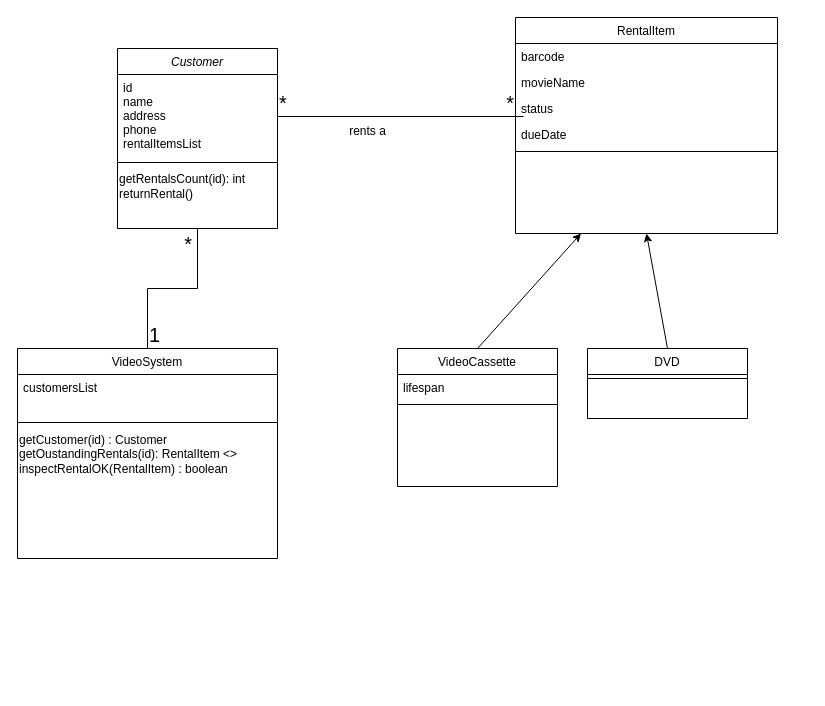
Before: Question 3 DS8 Diagram.drawio in keyboard-face/DS8-Software-Engineering, a draw.io diagram. Source tidied: cells renumbered, new cells numbered last; positions are measured from the earlier drawing's top-left corner, leaving out a move shared by most shapes. Both pictures are drawn from the tidied source at 100%, with x=0, y=0 at pixel (17, 17).
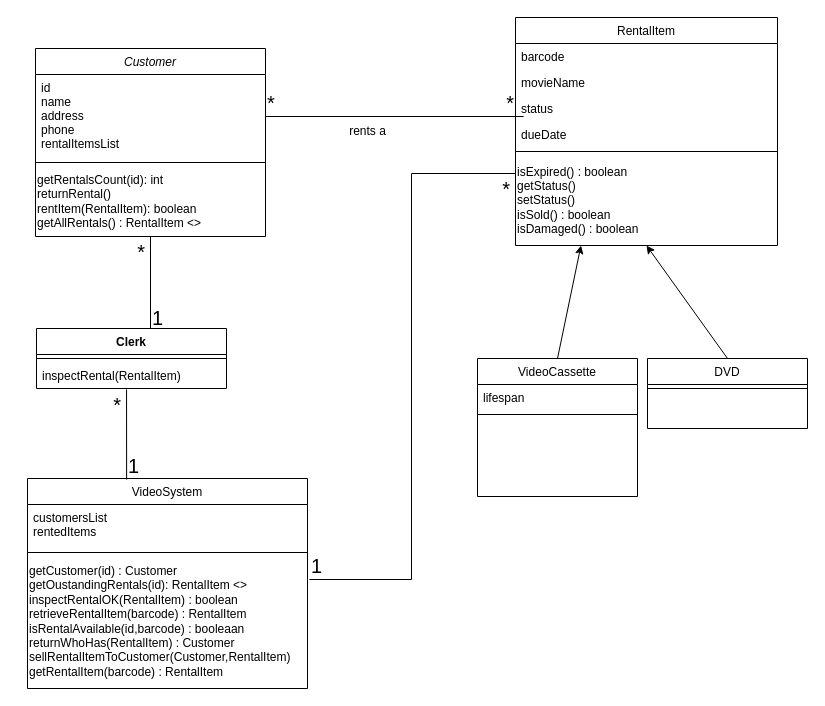
The same diagram, later.

Diff of the diagram source:
```diff
@@
     <mxCell id="2" value="Customer" style="swimlane;fontStyle=2;align=center;verticalAlign=top;horizontal=1;startSize=26;rounded=0;shadow=0;strokeWidth=1;" parent="1" vertex="1">
-      <mxGeometry x="100" y="31" width="160" height="180" as="geometry" />
+      <mxGeometry x="18" y="31" width="230" height="188" as="geometry" />
     </mxCell>
     <mxCell id="3" value="id&#10;name&#10;address&#10;phone&#10;rentalItemsList" style="text;align=left;verticalAlign=top;spacingLeft=4;spacingRight=4;overflow=hidden;points=[[0,0.5],[1,0.5]];portConstraint=eastwest;rounded=0;shadow=0;html=0;" parent="2" vertex="1">
-      <mxGeometry y="26" width="160" height="84" as="geometry" />
+      <mxGeometry y="26" width="230" height="84" as="geometry" />
     </mxCell>
     <mxCell id="4" style="line;html=1;strokeWidth=1;align=left;verticalAlign=middle;spacingTop=-1;spacingLeft=3;spacingRight=3;labelPosition=right;" parent="2" vertex="1">
-      <mxGeometry y="110" width="160" height="8" as="geometry" />
+      <mxGeometry y="110" width="230" height="8" as="geometry" />
     </mxCell>
-    <mxCell id="5" value="getRentalsCount(id): int&lt;br&gt;returnRental()" style="text;html=1;align=left;verticalAlign=middle;strokeColor=none;fillColor=none;" parent="2" vertex="1">
-      <mxGeometry y="118" width="160" height="40" as="geometry" />
+    <mxCell id="5" value="getRentalsCount(id): int&lt;br&gt;returnRental()&lt;br&gt;rentItem(RentalItem): boolean&lt;br&gt;getAllRentals() : RentalItem &amp;lt;&amp;gt;" style="text;html=1;align=left;verticalAlign=middle;strokeColor=none;fillColor=none;" parent="2" vertex="1">
+      <mxGeometry y="118" width="230" height="70" as="geometry" />
     </mxCell>
     <mxCell id="6" value="VideoCassette" style="swimlane;fontStyle=0;align=center;verticalAlign=top;horizontal=1;startSize=26;rounded=0;shadow=0;strokeWidth=1;" parent="1" vertex="1">
-      <mxGeometry x="380" y="331" width="160" height="138" as="geometry" />
+      <mxGeometry x="460" y="341" width="160" height="138" as="geometry" />
     </mxCell>
@@
     <mxCell id="9" value="DVD" style="swimlane;fontStyle=0;align=center;verticalAlign=top;horizontal=1;startSize=26;rounded=0;shadow=0;strokeWidth=1;" parent="1" vertex="1">
-      <mxGeometry x="570" y="331" width="160" height="70" as="geometry" />
+      <mxGeometry x="630" y="341" width="160" height="70" as="geometry" />
     </mxCell>
@@
     <mxCell id="11" value="RentalItem" style="swimlane;fontStyle=0;align=center;verticalAlign=top;horizontal=1;startSize=26;rounded=0;shadow=0;strokeWidth=1;" parent="1" vertex="1">
-      <mxGeometry x="498" width="262" height="216" as="geometry" />
+      <mxGeometry x="498" width="262" height="228" as="geometry" />
     </mxCell>
@@
+    <mxCell id="30" value="isExpired() : boolean&lt;br&gt;getStatus()&lt;br&gt;setStatus()&lt;br&gt;isSold() : boolean&lt;br&gt;isDamaged() : boolean" style="text;html=1;align=left;verticalAlign=middle;points=[];strokeColor=none;fillColor=none;" parent="11" vertex="1">
+      <mxGeometry y="138" width="262" height="90" as="geometry" />
+    </mxCell>
@@
     <mxCell id="19" value="VideoSystem" style="swimlane;fontStyle=0;align=center;verticalAlign=top;horizontal=1;startSize=26;rounded=0;shadow=0;strokeWidth=1;" parent="1" vertex="1">
-      <mxGeometry y="331" width="260" height="210" as="geometry" />
+      <mxGeometry x="10" y="461" width="280" height="210" as="geometry" />
     </mxCell>
-    <mxCell id="20" value="customersList" style="text;align=left;verticalAlign=top;spacingLeft=4;spacingRight=4;overflow=hidden;" parent="19" vertex="1">
-      <mxGeometry y="26" width="260" height="44" as="geometry" />
+    <mxCell id="20" value="customersList&#10;rentedItems" style="text;align=left;verticalAlign=top;spacingLeft=4;spacingRight=4;overflow=hidden;" parent="19" vertex="1">
+      <mxGeometry y="26" width="280" height="44" as="geometry" />
     </mxCell>
     <mxCell id="21" style="line;html=1;strokeWidth=1;align=left;verticalAlign=middle;spacingTop=-1;spacingLeft=3;spacingRight=3;labelPosition=right;" parent="19" vertex="1">
-      <mxGeometry y="70" width="260" height="8" as="geometry" />
+      <mxGeometry y="70" width="280" height="8" as="geometry" />
     </mxCell>
-    <mxCell id="22" value="getCustomer(id) : Customer&lt;div&gt;getOustandingRentals(id): RentalItem &amp;lt;&amp;gt;&lt;/div&gt;&lt;div&gt;inspectRentalOK(RentalItem) : boolean&lt;/div&gt;&lt;div&gt;&lt;br&gt;&lt;/div&gt;" style="text;html=1;align=left;verticalAlign=middle;points=[];strokeColor=none;fillColor=none;" parent="19" vertex="1">
-      <mxGeometry y="78" width="260" height="70" as="geometry" />
+    <mxCell id="22" value="getCustomer(id) : Customer&lt;div&gt;getOustandingRentals(id): RentalItem &amp;lt;&amp;gt;&lt;/div&gt;&lt;div&gt;inspectRentalOK(RentalItem) : boolean&lt;/div&gt;&lt;div&gt;retrieveRentalItem(barcode) : RentalItem&lt;/div&gt;&lt;div&gt;isRentalAvailable(id,barcode) : booleaan&lt;/div&gt;&lt;div&gt;returnWhoHas(RentalItem) : Customer&lt;/div&gt;&lt;div&gt;sellRentalItemToCustomer(Customer,RentalItem)&lt;/div&gt;&lt;div&gt;getRentalItem(barcode) : RentalItem&lt;/div&gt;" style="text;html=1;align=left;verticalAlign=middle;points=[];strokeColor=none;fillColor=none;" parent="19" vertex="1">
+      <mxGeometry y="78" width="280" height="130" as="geometry" />
     </mxCell>
@@
-    <mxCell id="27" style="endArrow=none;html=1;edgeStyle=orthogonalEdgeStyle;rounded=0;entryX=0.5;entryY=1;entryDx=0;entryDy=0;exitX=0.5;exitY=0;exitDx=0;exitDy=0;" parent="1" edge="1" source="19" target="2">
+    <mxCell id="27" style="endArrow=none;html=1;edgeStyle=orthogonalEdgeStyle;rounded=0;entryX=0.5;entryY=1;entryDx=0;entryDy=0;exitX=0.6;exitY=0.05;exitDx=0;exitDy=0;exitPerimeter=0;" parent="1" edge="1" source="31" target="2">
       <mxGeometry relative="1" as="geometry" />
     </mxCell>
@@
+    <mxCell id="31" value="Clerk" style="swimlane;fontStyle=1;align=center;verticalAlign=top;horizontal=1;startSize=26;whiteSpace=wrap;html=1;" parent="1" vertex="1">
+      <mxGeometry x="19" y="311" width="190" height="60" as="geometry" />
+    </mxCell>
+    <mxCell id="32" style="line;strokeWidth=1;fillColor=none;align=left;verticalAlign=middle;spacingTop=-1;spacingLeft=3;spacingRight=3;labelPosition=right;strokeColor=inherit;" parent="31" vertex="1">
+      <mxGeometry y="26" width="190" height="8" as="geometry" />
+    </mxCell>
+    <mxCell id="33" value="inspectRental(RentalItem)" style="text;strokeColor=none;fillColor=none;align=left;verticalAlign=top;spacingLeft=4;spacingRight=4;overflow=hidden;points=[[0,0.5],[1,0.5]];portConstraint=eastwest;whiteSpace=wrap;html=1;" parent="31" vertex="1">
+      <mxGeometry y="34" width="190" height="26" as="geometry" />
+    </mxCell>
+    <mxCell id="34" style="endArrow=none;html=1;edgeStyle=orthogonalEdgeStyle;rounded=0;entryX=0.474;entryY=1.038;entryDx=0;entryDy=0;exitX=0.354;exitY=0.005;exitDx=0;exitDy=0;exitPerimeter=0;entryPerimeter=0;" parent="1" edge="1" source="19" target="33">
+      <mxGeometry relative="1" as="geometry" />
+    </mxCell>
+    <mxCell id="35" value="1" style="edgeLabel;html=1;align=left;verticalAlign=bottom;fontSize=20;" parent="34" vertex="1">
+      <mxGeometry x="-1" relative="1" as="geometry" />
+    </mxCell>
+    <mxCell id="36" value="*" style="edgeLabel;html=1;align=right;verticalAlign=bottom;fontSize=20;" parent="34" vertex="1">
+      <mxGeometry x="1" relative="1" as="geometry">
+        <mxPoint x="-5" y="29" as="offset" />
+      </mxGeometry>
+    </mxCell>
+    <mxCell id="37" style="endArrow=none;html=1;edgeStyle=orthogonalEdgeStyle;rounded=0;entryX=0;entryY=0.2;entryDx=0;entryDy=0;exitX=1.007;exitY=0.177;exitDx=0;exitDy=0;exitPerimeter=0;entryPerimeter=0;" parent="1" edge="1" source="22" target="30">
+      <mxGeometry relative="1" as="geometry" />
+    </mxCell>
+    <mxCell id="38" value="1" style="edgeLabel;html=1;align=left;verticalAlign=bottom;fontSize=20;" parent="37" vertex="1">
+      <mxGeometry x="-1" relative="1" as="geometry" />
+    </mxCell>
+    <mxCell id="39" value="*" style="edgeLabel;html=1;align=right;verticalAlign=bottom;fontSize=20;" parent="37" vertex="1">
+      <mxGeometry x="1" relative="1" as="geometry">
+        <mxPoint x="-5" y="29" as="offset" />
+      </mxGeometry>
+    </mxCell>
```
